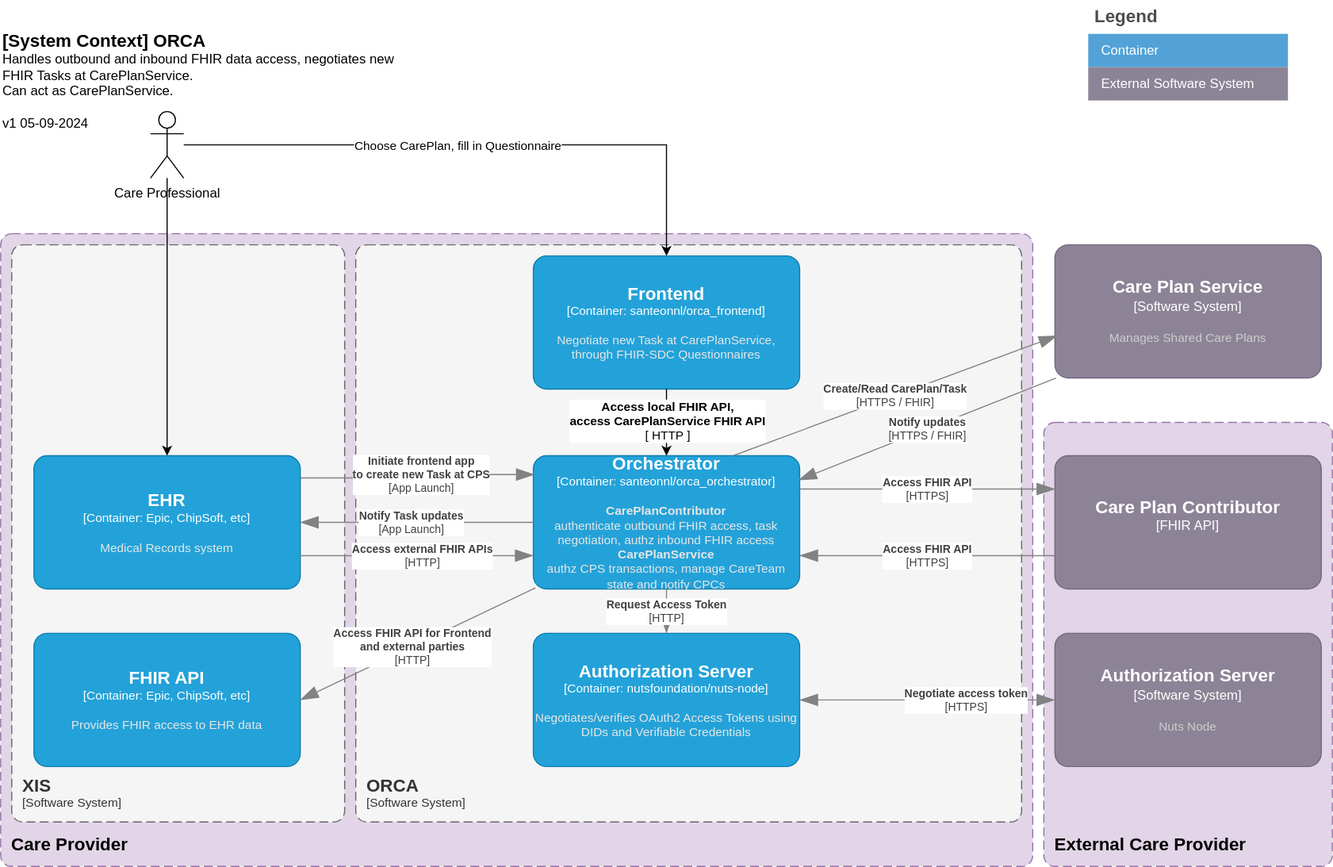
Above: docs/images/system-diagram.svg in SanteonNL/orca (draw.io), before the change. Source tidied: cells renumbered, new cells last; positions are measured from the earlier drawing's top-left corner, leaving out a move shared by most shapes.
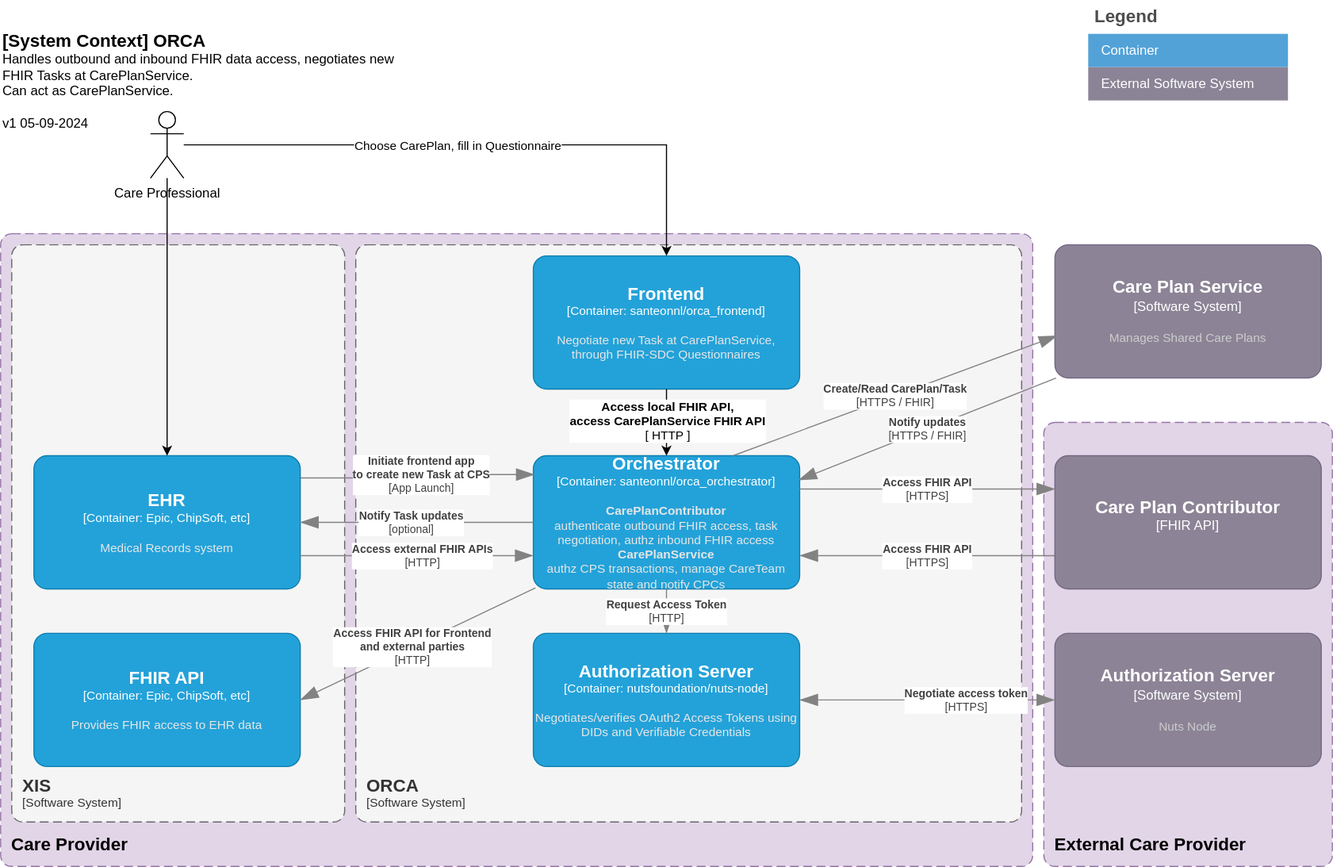
Above is the later version.

What changed in the source:
```diff
@@ -147,7 +147,7 @@
         <mxGeometry x="0.05" relative="1" as="geometry" />
       </mxCell>
     </object>
-    <object id="35" label="&lt;div style=&quot;text-align: left&quot;&gt;&lt;div style=&quot;text-align: center&quot;&gt;&lt;b&gt;%c4Description%&lt;/b&gt;&lt;/div&gt;&lt;div style=&quot;text-align: center&quot;&gt;[%c4Technology%]&lt;/div&gt;&lt;/div&gt;" c4Description="Notify Task updates" c4Technology="App Launch" c4Type="Relationship" placeholders="1">
+    <object id="35" label="&lt;div style=&quot;text-align: left&quot;&gt;&lt;div style=&quot;text-align: center&quot;&gt;&lt;b&gt;%c4Description%&lt;/b&gt;&lt;/div&gt;&lt;div style=&quot;text-align: center&quot;&gt;[%c4Technology%]&lt;/div&gt;&lt;/div&gt;" c4Description="Notify Task updates" c4Technology="optional" c4Type="Relationship" placeholders="1">
       <mxCell style="endArrow=blockThin;html=1;fontSize=10;fontColor=#404040;strokeWidth=1;endFill=1;strokeColor=#828282;elbow=vertical;endSize=14;startSize=14;jumpStyle=arc;jumpSize=16;rounded=0;exitX=0;exitY=0.5;exitDx=0;exitDy=0;exitPerimeter=0;entryX=1;entryY=0.5;entryDx=0;entryDy=0;entryPerimeter=0;edgeStyle=orthogonalEdgeStyle;" parent="1" edge="1" source="10" target="12">
         <mxGeometry x="0.05" relative="1" as="geometry" />
       </mxCell>
```
